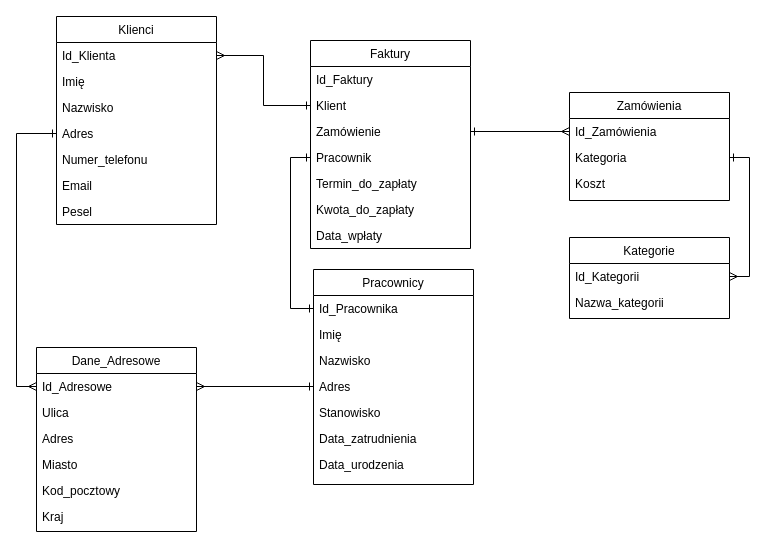
This is temp/PIV/relacje_bazy_danych.drawio from Hightrest/Grafika_Komputerowa, a draw.io file, before an edit. Source tidied: cells renumbered, new cells numbered last; positions are measured from the earlier drawing's top-left corner, leaving out a move shared by most shapes. Both pictures are drawn from the tidied source at 100%, with x=0, y=0 at pixel (36, 16).
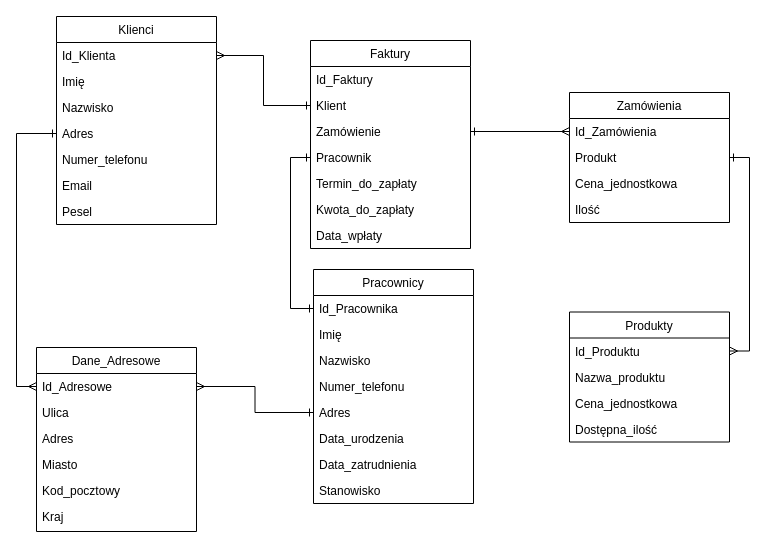
After the change.

Diff of the diagram source:
```diff
@@
-    <mxCell id="18" value="Kategorie" style="swimlane;fontStyle=0;align=center;verticalAlign=top;horizontal=1;startSize=26;rounded=0;shadow=0;strokeWidth=1;" parent="1" vertex="1">
-      <mxGeometry x="533" y="221" width="160" height="81" as="geometry" />
+    <mxCell id="18" value="Produkty" style="swimlane;fontStyle=0;align=center;verticalAlign=top;horizontal=1;startSize=26;rounded=0;shadow=0;strokeWidth=1;" parent="1" vertex="1">
+      <mxGeometry x="533" y="295.5" width="160" height="130" as="geometry" />
     </mxCell>
-    <mxCell id="19" value="Id_Kategorii" style="text;align=left;verticalAlign=top;spacingLeft=4;spacingRight=4;overflow=hidden;points=[[0,0.5],[1,0.5]];portConstraint=eastwest;" parent="18" vertex="1">
+    <mxCell id="19" value="Id_Produktu" style="text;align=left;verticalAlign=top;spacingLeft=4;spacingRight=4;overflow=hidden;points=[[0,0.5],[1,0.5]];portConstraint=eastwest;" parent="18" vertex="1">
       <mxGeometry y="26" width="160" height="26" as="geometry" />
     </mxCell>
-    <mxCell id="20" value="Nazwa_kategorii" style="text;align=left;verticalAlign=top;spacingLeft=4;spacingRight=4;overflow=hidden;rounded=0;shadow=0;html=0;" parent="18" vertex="1">
+    <mxCell id="20" value="Nazwa_produktu" style="text;align=left;verticalAlign=top;spacingLeft=4;spacingRight=4;overflow=hidden;rounded=0;shadow=0;html=0;" parent="18" vertex="1">
       <mxGeometry y="52" width="160" height="26" as="geometry" />
     </mxCell>
+    <mxCell id="46" value="Cena_jednostkowa" style="text;align=left;verticalAlign=top;spacingLeft=4;spacingRight=4;overflow=hidden;rounded=0;shadow=0;html=0;" parent="18" vertex="1">
+      <mxGeometry y="78" width="160" height="26" as="geometry" />
+    </mxCell>
+    <mxCell id="47" value="Dostępna_ilość" style="text;align=left;verticalAlign=top;spacingLeft=4;spacingRight=4;overflow=hidden;rounded=0;shadow=0;html=0;" parent="18" vertex="1">
+      <mxGeometry y="104" width="160" height="26" as="geometry" />
+    </mxCell>
@@
     <mxCell id="23" value="Zamówienia" style="swimlane;fontStyle=0;align=center;verticalAlign=top;horizontal=1;startSize=26;rounded=0;shadow=0;strokeWidth=1;" parent="1" vertex="1">
-      <mxGeometry x="533" y="76" width="160" height="108" as="geometry" />
+      <mxGeometry x="533" y="76" width="160" height="130" as="geometry" />
     </mxCell>
@@
-    <mxCell id="25" value="Kategoria" style="text;align=left;verticalAlign=top;spacingLeft=4;spacingRight=4;overflow=hidden;points=[[0,0.5],[1,0.5]];portConstraint=eastwest;rounded=0;shadow=0;html=0;" parent="23" vertex="1">
+    <mxCell id="25" value="Produkt" style="text;align=left;verticalAlign=top;spacingLeft=4;spacingRight=4;overflow=hidden;points=[[0,0.5],[1,0.5]];portConstraint=eastwest;rounded=0;shadow=0;html=0;" parent="23" vertex="1">
       <mxGeometry y="52" width="160" height="26" as="geometry" />
     </mxCell>
-    <mxCell id="26" value="Koszt" style="text;align=left;verticalAlign=top;spacingLeft=4;spacingRight=4;overflow=hidden;rounded=0;shadow=0;html=0;" parent="23" vertex="1">
+    <mxCell id="26" value="Cena_jednostkowa" style="text;align=left;verticalAlign=top;spacingLeft=4;spacingRight=4;overflow=hidden;rounded=0;shadow=0;html=0;" parent="23" vertex="1">
       <mxGeometry y="78" width="160" height="26" as="geometry" />
     </mxCell>
+    <mxCell id="48" value="Ilość" style="text;align=left;verticalAlign=top;spacingLeft=4;spacingRight=4;overflow=hidden;rounded=0;shadow=0;html=0;" parent="23" vertex="1">
+      <mxGeometry y="104" width="160" height="26" as="geometry" />
+    </mxCell>
@@
     <mxCell id="36" value="Pracownicy" style="swimlane;fontStyle=0;align=center;verticalAlign=top;horizontal=1;startSize=26;rounded=0;shadow=0;strokeWidth=1;" parent="1" vertex="1">
-      <mxGeometry x="277" y="253" width="160" height="215" as="geometry" />
+      <mxGeometry x="277" y="253" width="160" height="234" as="geometry" />
     </mxCell>
@@
+    <mxCell id="49" value="Numer_telefonu" style="text;align=left;verticalAlign=top;spacingLeft=4;spacingRight=4;overflow=hidden;rounded=0;shadow=0;html=0;" parent="36" vertex="1">
+      <mxGeometry y="104" width="160" height="26" as="geometry" />
+    </mxCell>
     <mxCell id="40" value="Adres" style="text;align=left;verticalAlign=top;spacingLeft=4;spacingRight=4;overflow=hidden;points=[[0,0.5],[1,0.5]];portConstraint=eastwest;rounded=0;shadow=0;html=0;" parent="36" vertex="1">
-      <mxGeometry y="104" width="160" height="26" as="geometry" />
+      <mxGeometry y="130" width="160" height="26" as="geometry" />
     </mxCell>
+    <mxCell id="43" value="Data_urodzenia" style="text;align=left;verticalAlign=top;spacingLeft=4;spacingRight=4;overflow=hidden;rounded=0;shadow=0;html=0;" parent="36" vertex="1">
+      <mxGeometry y="156" width="160" height="26" as="geometry" />
+    </mxCell>
+    <mxCell id="42" value="Data_zatrudnienia" style="text;align=left;verticalAlign=top;spacingLeft=4;spacingRight=4;overflow=hidden;rounded=0;shadow=0;html=0;" parent="36" vertex="1">
+      <mxGeometry y="182" width="160" height="26" as="geometry" />
+    </mxCell>
     <mxCell id="41" value="Stanowisko" style="text;align=left;verticalAlign=top;spacingLeft=4;spacingRight=4;overflow=hidden;rounded=0;shadow=0;html=0;" parent="36" vertex="1">
-      <mxGeometry y="130" width="160" height="26" as="geometry" />
+      <mxGeometry y="208" width="160" height="26" as="geometry" />
     </mxCell>
-    <mxCell id="42" value="Data_zatrudnienia" style="text;align=left;verticalAlign=top;spacingLeft=4;spacingRight=4;overflow=hidden;rounded=0;shadow=0;html=0;" parent="36" vertex="1">
-      <mxGeometry y="156" width="160" height="26" as="geometry" />
-    </mxCell>
-    <mxCell id="43" value="Data_urodzenia" style="text;align=left;verticalAlign=top;spacingLeft=4;spacingRight=4;overflow=hidden;rounded=0;shadow=0;html=0;" parent="36" vertex="1">
-      <mxGeometry y="182" width="160" height="26" as="geometry" />
-    </mxCell>
```
